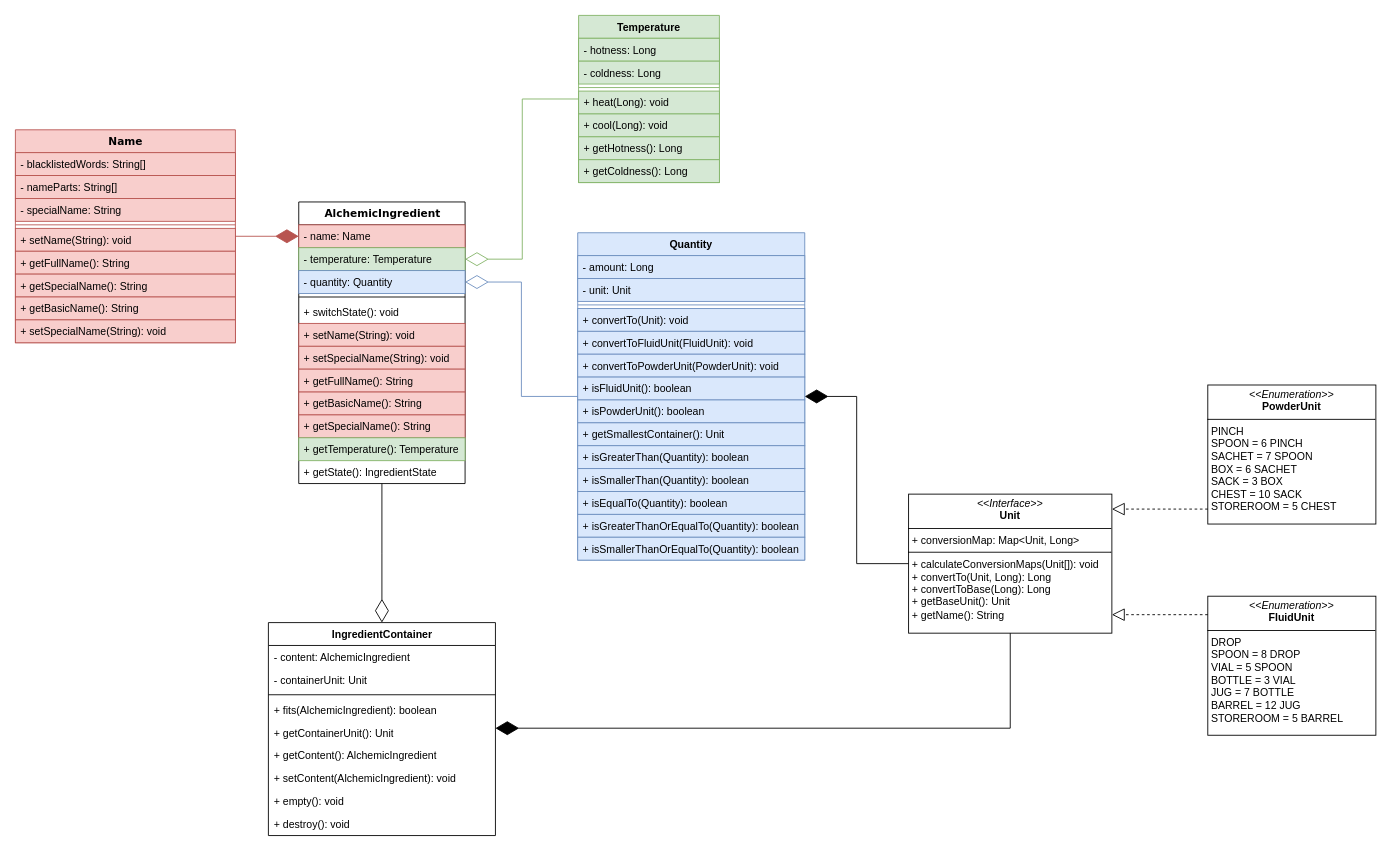
Earlier version of the draw.io diagram ClassDiagram.drawio (Mirovh/KULAK-OOP-exam-project). Source tidied: cells renumbered, new cells numbered last; positions are measured from the earlier drawing's top-left corner, leaving out a move shared by most shapes. Both pictures are drawn from the tidied source at 88%, with x=0, y=0 at pixel (15, 15).
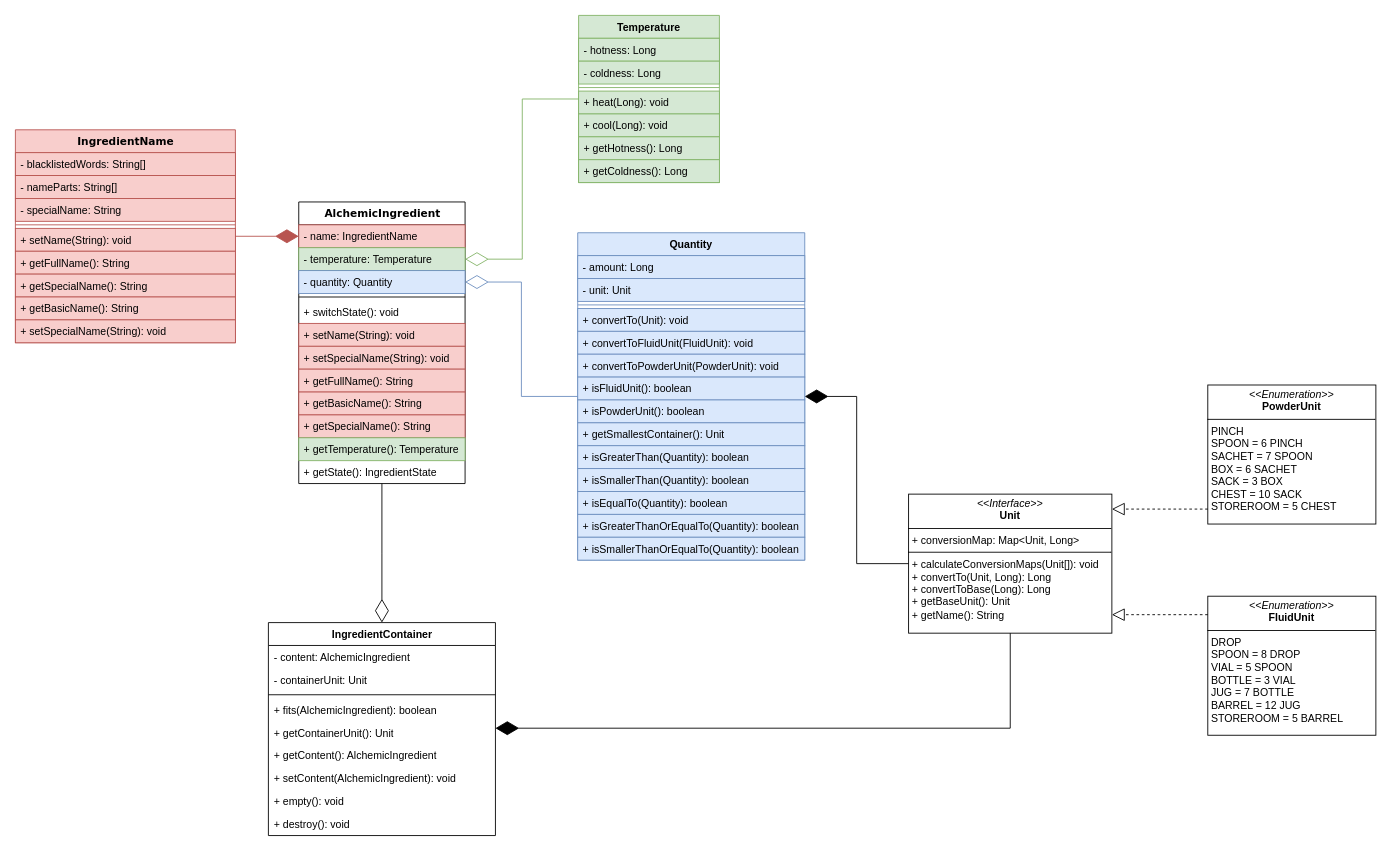
After the change.

Unchanged cells that the change refers to:
```xml
<mxCell id="12" value="AlchemicIngredient" style="swimlane;html=1;fontStyle=1;align=center;verticalAlign=top;horizontal=1;startSize=26;swimlaneFillColor=#ffffff;rounded=0;shadow=0;comic=0;labelBackgroundColor=none;strokeWidth=1;fillColor=none;fontFamily=Verdana;fontSize=12;" parent="1" vertex="1">
  <mxGeometry x="322" y="212" width="189" height="320" as="geometry" />
</mxCell>
```

Change to the diagram source:
```diff
@@
-    <mxCell id="2" value="Name" style="swimlane;html=1;fontStyle=1;align=center;verticalAlign=top;horizontal=1;startSize=26;swimlaneFillColor=#ffffff;rounded=0;shadow=0;comic=0;labelBackgroundColor=none;strokeWidth=1;fillColor=#f8cecc;fontFamily=Verdana;fontSize=12;strokeColor=#b85450;" parent="1" vertex="1">
+    <mxCell id="2" value="IngredientName" style="swimlane;html=1;fontStyle=1;align=center;verticalAlign=top;horizontal=1;startSize=26;swimlaneFillColor=#ffffff;rounded=0;shadow=0;comic=0;labelBackgroundColor=none;strokeWidth=1;fillColor=#f8cecc;fontFamily=Verdana;fontSize=12;strokeColor=#b85450;" parent="1" vertex="1">
       <mxGeometry y="130" width="250" height="242" as="geometry" />
     </mxCell>
@@
-    <mxCell id="13" value="- name: Name" style="text;html=1;strokeColor=#b85450;fillColor=#f8cecc;align=left;verticalAlign=top;spacingLeft=4;spacingRight=4;whiteSpace=wrap;overflow=hidden;points=[[0,0.5],[1,0.5]];portConstraint=eastwest;" parent="12" vertex="1">
+    <mxCell id="13" value="- name: IngredientName" style="text;html=1;strokeColor=#b85450;fillColor=#f8cecc;align=left;verticalAlign=top;spacingLeft=4;spacingRight=4;whiteSpace=wrap;overflow=hidden;points=[[0,0.5],[1,0.5]];portConstraint=eastwest;" parent="12" vertex="1">
       <mxGeometry y="26" width="189" height="26" as="geometry" />
     </mxCell>
```
